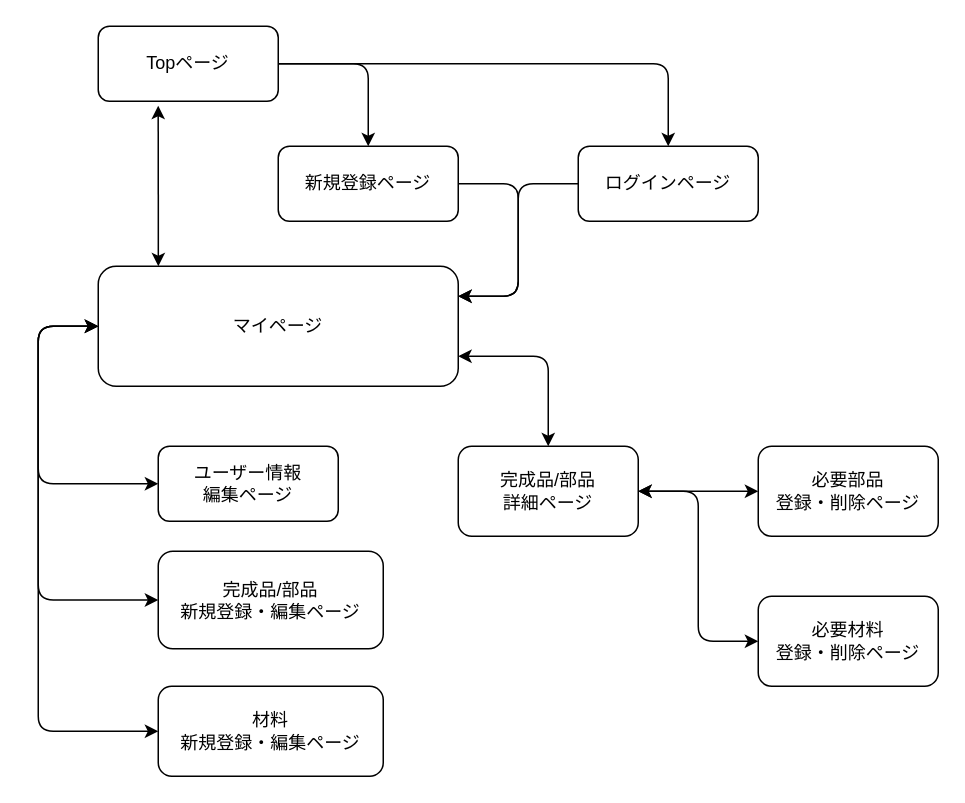
Above: ScreenFlowDiagram.drawio in orange-soba/material_control (draw.io), before the change. Source tidied: cells renumbered, new cells numbered last; positions are measured from the earlier drawing's top-left corner, leaving out a move shared by most shapes. Both pictures are drawn from the tidied source at 150%, with x=0, y=0 at pixel (38, 26).
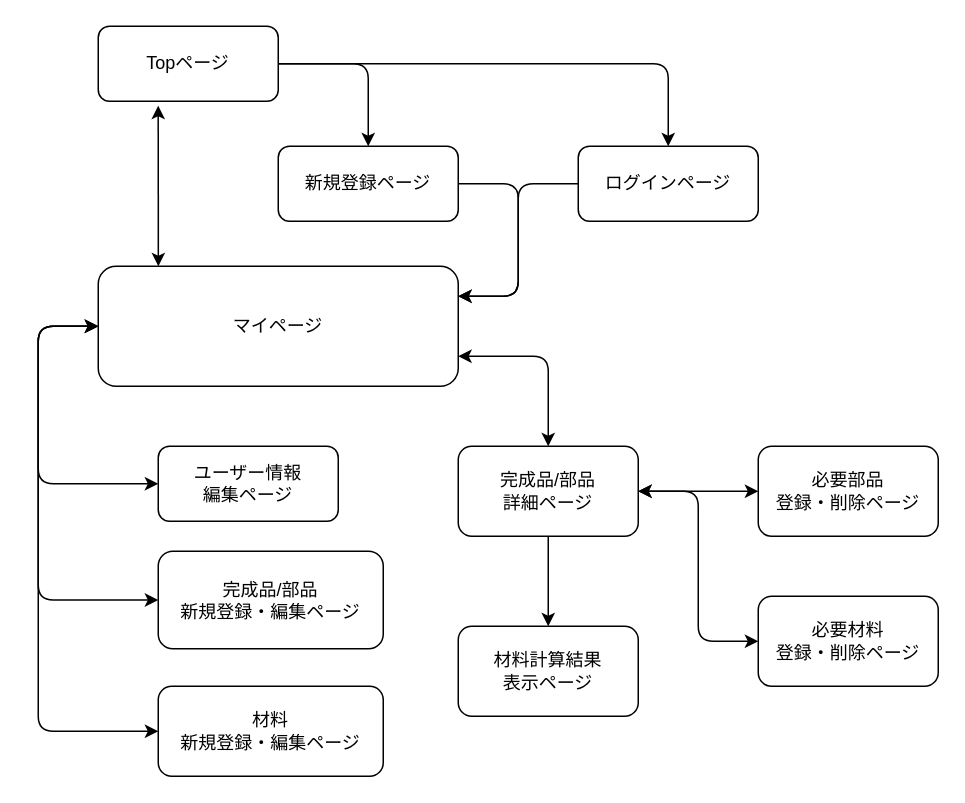
The same page after the edit.

Commit message:
画面遷移図の修正

The change refers to these unchanged cells:
```xml
<mxCell id="16" value="完成品/部品&lt;br&gt;詳細ページ" style="rounded=1;whiteSpace=wrap;html=1;" parent="1" vertex="1">
  <mxGeometry x="280" y="280" width="120" height="60" as="geometry" />
</mxCell>
```

Change to the diagram source:
```diff
@@
+    <mxCell id="23" value="材料計算結果&lt;br&gt;表示ページ" style="rounded=1;whiteSpace=wrap;html=1;" parent="1" vertex="1">
+      <mxGeometry x="280" y="400" width="120" height="60" as="geometry" />
+    </mxCell>
+    <mxCell id="24" style="endArrow=classic;html=1;entryX=0.5;entryY=0;entryDx=0;entryDy=0;exitX=0.5;exitY=1;exitDx=0;exitDy=0;" parent="1" edge="1" source="16" target="23">
+      <mxGeometry relative="1" as="geometry" />
+    </mxCell>
```
